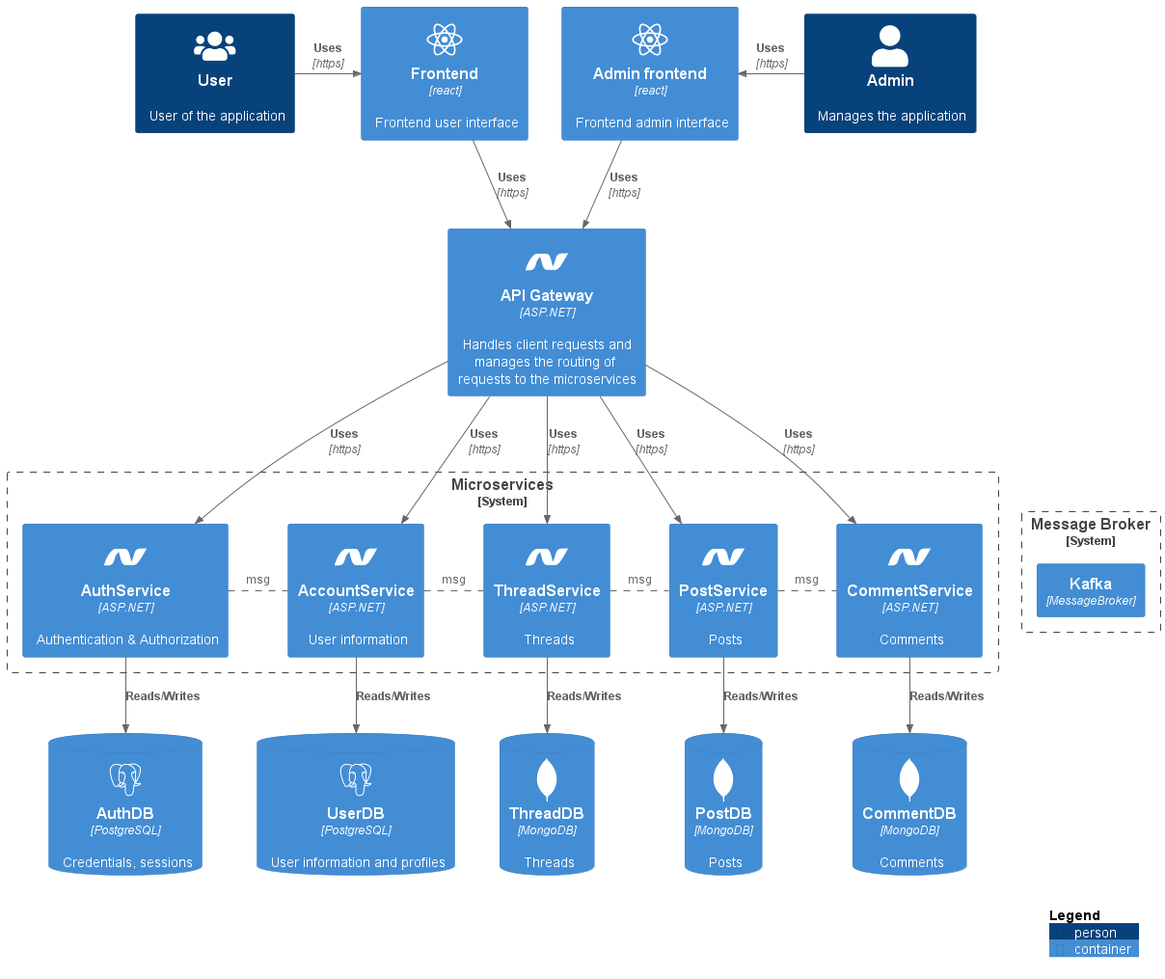
The PlantUML diagram Architecture/Architecture_C2_project.png in KevinvdHoogenhof/ForumApp-Main, before a commit.
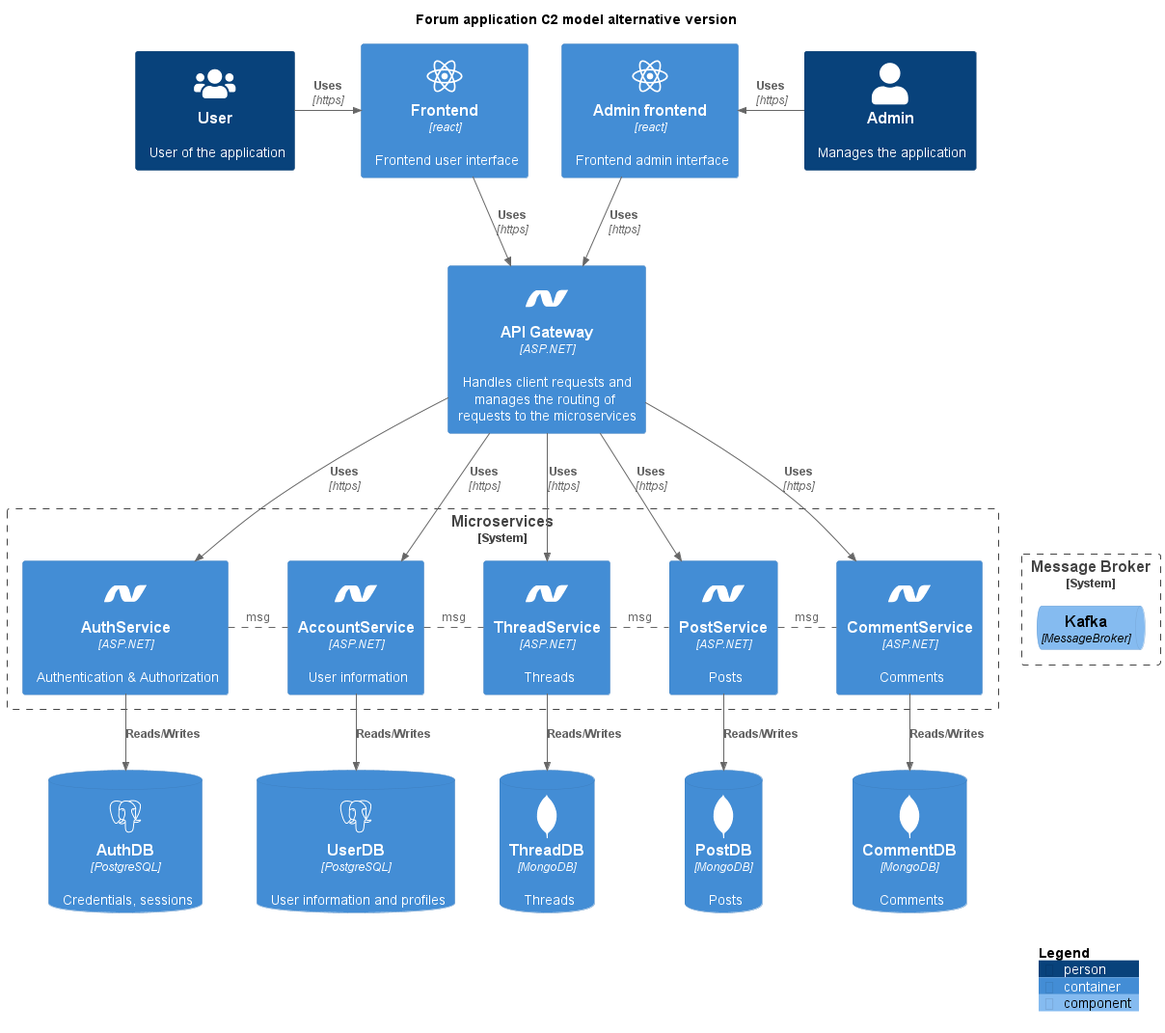
Later version of the same file.

Change to the diagram source:
```diff
@@ -1,4 +1,5 @@
 @startuml Architecture_C2_project
+title Forum application C2 model alternative version
 
 !include <C4/C4_Component>
 !define DEVICONS https://raw.githubusercontent.com/tupadr3/plantuml-icon-font-sprites/master/devicons
@@ -32,7 +33,7 @@
 ContainerDb(commentdb, "CommentDB", "MongoDB", "Comments", $sprite="mongodb")
 
 System_Boundary(mb, "Message Broker", " "){
-Container(mq, "Kafka", "MessageBroker")
+ComponentQueue(mq, "Kafka", "MessageBroker")
 }
 
 Rel_R(user, frontend, "Uses", "https")
```
